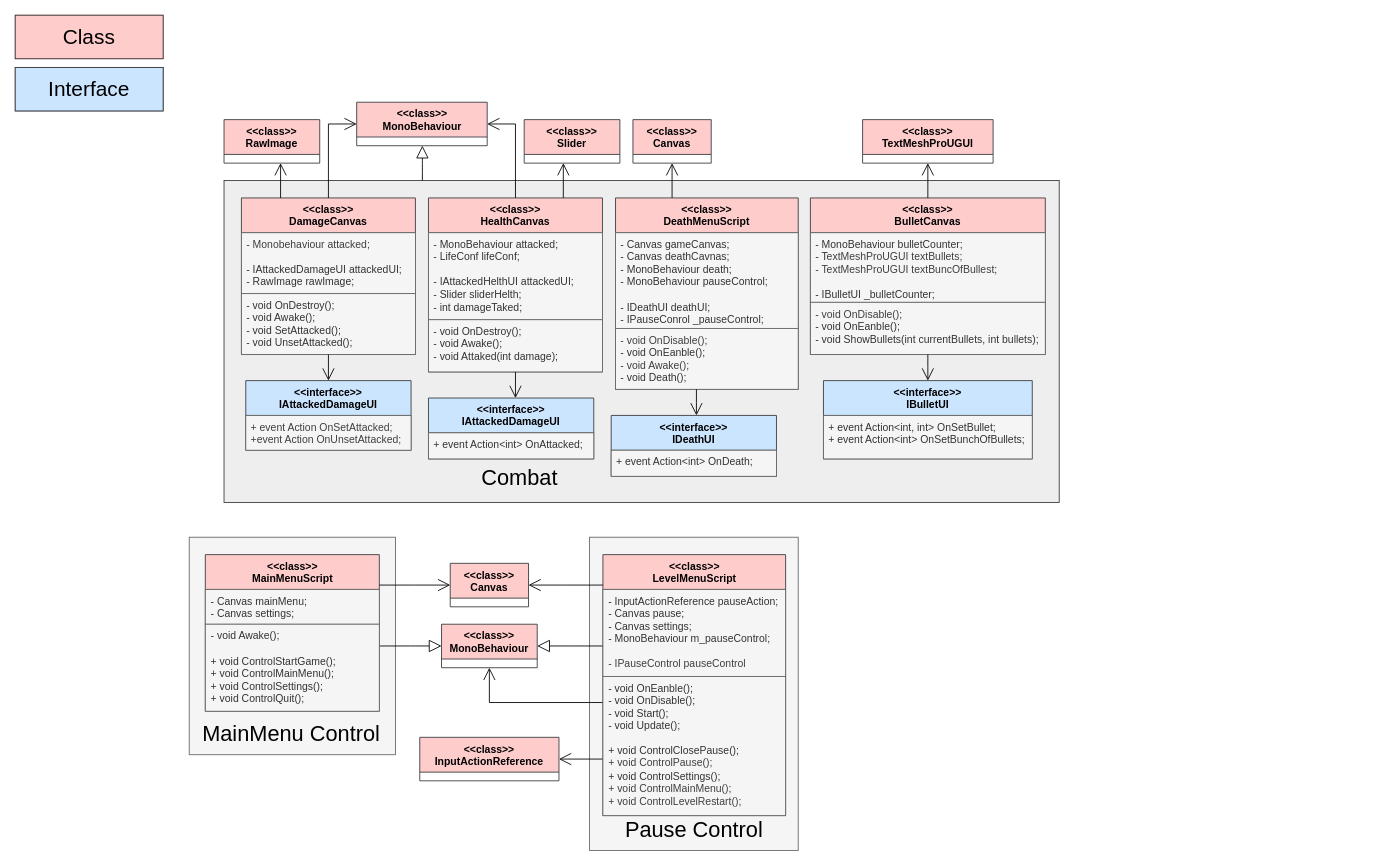
This is doc/Class_Diagram_UI.drawio from OGecgo/TheCatCult, a draw.io file, before an edit. Source tidied: cells renumbered, new cells numbered last; positions are measured from the earlier drawing's top-left corner, leaving out a move shared by most shapes. Both pictures are drawn from the tidied source at 87%, with x=0, y=0 at pixel (15, 15).
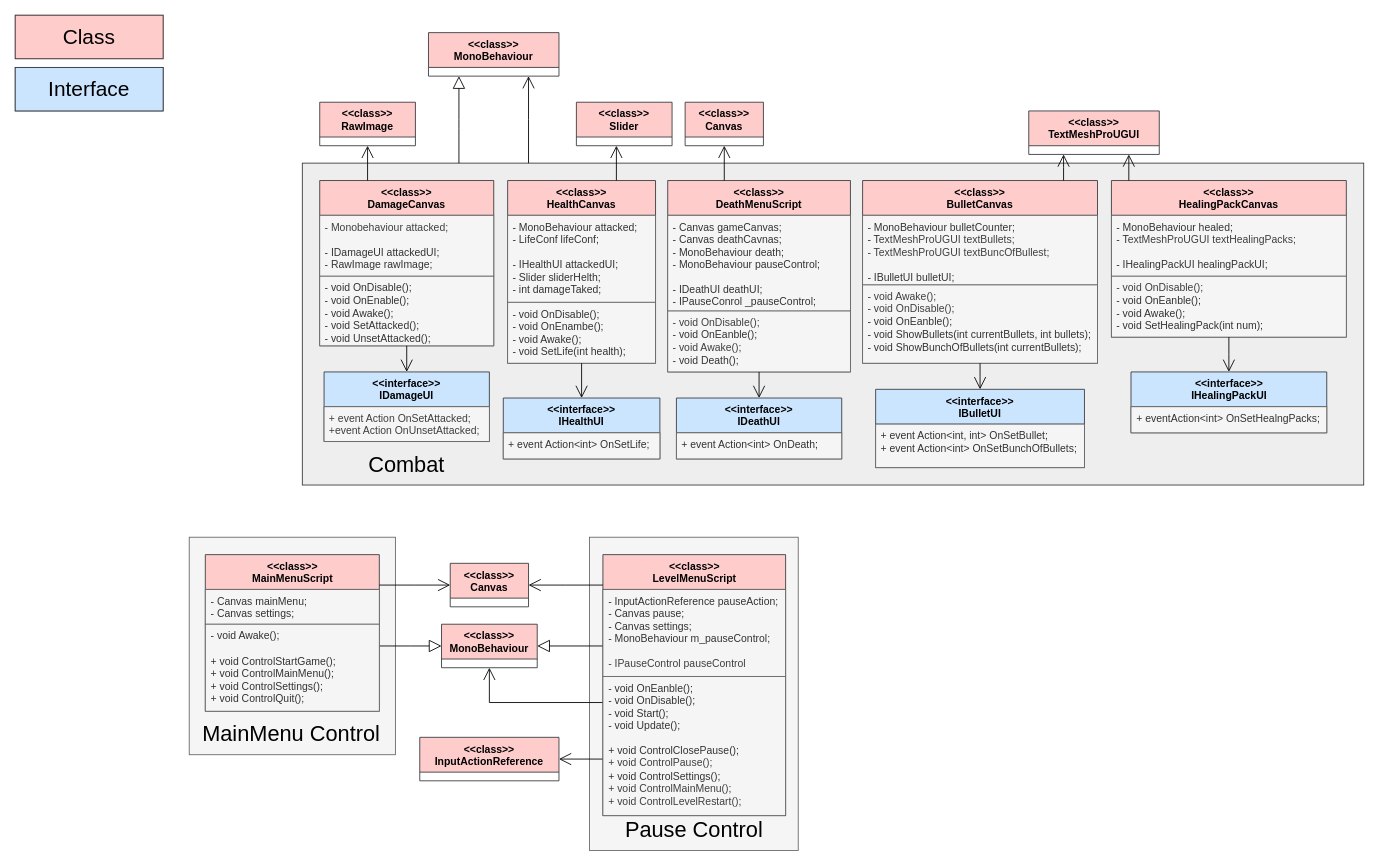
The same page after the edit.

The edit, as a diff of the source:
```diff
@@
     <mxCell id="2" style="rounded=0;whiteSpace=wrap;html=1;fillColor=#eeeeee;strokeColor=#36393d;" parent="1" vertex="1">
-      <mxGeometry x="240" y="190" width="960" height="370" as="geometry" />
+      <mxGeometry x="330" y="170" width="1220" height="370" as="geometry" />
     </mxCell>
@@
     <mxCell id="9" value="&lt;div&gt;&amp;lt;&amp;lt;class&amp;gt;&amp;gt;&lt;/div&gt;&lt;div&gt;DamageCanvas&lt;/div&gt;" style="swimlane;fontStyle=1;align=center;verticalAlign=top;horizontal=1;startSize=40;whiteSpace=wrap;html=1;fillColor=#ffcccc;strokeColor=#36393d;" parent="1" vertex="1">
-      <mxGeometry x="260" y="210" width="200" height="180" as="geometry" />
+      <mxGeometry x="350" y="190" width="200" height="190" as="geometry" />
     </mxCell>
-    <mxCell id="10" value="&lt;div&gt;&lt;div&gt;&lt;span style=&quot;background-color: transparent; color: rgb(63, 63, 63);&quot;&gt;- Monobehaviour attacked;&lt;/span&gt;&lt;/div&gt;&lt;/div&gt;&lt;div&gt;&lt;br&gt;&lt;/div&gt;&lt;div&gt;- IAttackedDamageUI attackedUI;&lt;/div&gt;&lt;div&gt;- RawImage rawImage;&lt;/div&gt;" style="text;align=left;verticalAlign=top;spacingLeft=4;spacingRight=4;overflow=hidden;whiteSpace=wrap;html=1;fillColor=#f5f5f5;fontColor=#333333;strokeColor=#666666;" parent="9" vertex="1">
+    <mxCell id="10" value="&lt;div&gt;&lt;div&gt;&lt;span style=&quot;background-color: transparent; color: rgb(63, 63, 63);&quot;&gt;- Monobehaviour attacked;&lt;/span&gt;&lt;/div&gt;&lt;/div&gt;&lt;div&gt;&lt;br&gt;&lt;/div&gt;&lt;div&gt;- IDamageUI attackedUI;&lt;/div&gt;&lt;div&gt;- RawImage rawImage;&lt;/div&gt;" style="text;align=left;verticalAlign=top;spacingLeft=4;spacingRight=4;overflow=hidden;whiteSpace=wrap;html=1;fillColor=#f5f5f5;fontColor=#333333;strokeColor=#666666;" parent="9" vertex="1">
       <mxGeometry y="40" width="200" height="70" as="geometry" />
     </mxCell>
-    <mxCell id="11" value="&lt;div&gt;&lt;div&gt;- void OnDestroy();&lt;/div&gt;&lt;/div&gt;&lt;div&gt;- void Awake();&lt;/div&gt;&lt;div&gt;- void SetAttacked();&lt;/div&gt;&lt;div&gt;- void UnsetAttacked();&lt;/div&gt;" style="text;align=left;verticalAlign=top;spacingLeft=4;spacingRight=4;overflow=hidden;whiteSpace=wrap;html=1;fillColor=#f5f5f5;fontColor=#333333;strokeColor=#666666;" parent="9" vertex="1">
-      <mxGeometry y="110" width="200" height="70" as="geometry" />
+    <mxCell id="11" value="&lt;div&gt;&lt;div&gt;- void OnDisable();&lt;/div&gt;&lt;/div&gt;&lt;div&gt;- void OnEnable();&lt;/div&gt;&lt;div&gt;- void Awake();&lt;/div&gt;&lt;div&gt;- void SetAttacked();&lt;/div&gt;&lt;div&gt;- void UnsetAttacked();&lt;/div&gt;" style="text;align=left;verticalAlign=top;spacingLeft=4;spacingRight=4;overflow=hidden;whiteSpace=wrap;html=1;fillColor=#f5f5f5;fontColor=#333333;strokeColor=#666666;" parent="9" vertex="1">
+      <mxGeometry y="110" width="200" height="80" as="geometry" />
     </mxCell>
     <mxCell id="12" value="&lt;div&gt;&amp;lt;&amp;lt;class&amp;gt;&amp;gt;&lt;/div&gt;&lt;div&gt;MonoBehaviour&lt;/div&gt;" style="swimlane;fontStyle=1;align=center;verticalAlign=top;horizontal=1;startSize=40;whiteSpace=wrap;html=1;fillColor=#ffcccc;strokeColor=#36393d;" parent="1" vertex="1">
-      <mxGeometry x="392.5" y="100" width="150" height="50" as="geometry" />
+      <mxGeometry x="475" y="20" width="150" height="50" as="geometry" />
     </mxCell>
-    <mxCell id="13" value="&lt;div&gt;&amp;lt;&amp;lt;interface&amp;gt;&amp;gt;&lt;/div&gt;&lt;div&gt;IAttackedDamageUI&lt;/div&gt;" style="swimlane;fontStyle=1;align=center;verticalAlign=top;horizontal=1;startSize=40;whiteSpace=wrap;html=1;fillColor=#cce5ff;strokeColor=#36393d;" parent="1" vertex="1">
-      <mxGeometry x="265" y="420" width="190" height="80" as="geometry" />
+    <mxCell id="13" value="&lt;div&gt;&amp;lt;&amp;lt;interface&amp;gt;&amp;gt;&lt;/div&gt;&lt;div&gt;IDamageUI&lt;/div&gt;" style="swimlane;fontStyle=1;align=center;verticalAlign=top;horizontal=1;startSize=40;whiteSpace=wrap;html=1;fillColor=#cce5ff;strokeColor=#36393d;" parent="1" vertex="1">
+      <mxGeometry x="355" y="410" width="190" height="80" as="geometry" />
     </mxCell>
@@
     <mxCell id="15" value="Combat" style="text;html=1;align=center;verticalAlign=middle;whiteSpace=wrap;rounded=0;fontSize=25;" parent="1" vertex="1">
-      <mxGeometry x="495" y="515" width="170" height="30" as="geometry" />
+      <mxGeometry x="365" y="500" width="170" height="30" as="geometry" />
     </mxCell>
     <mxCell id="16" value="&lt;div&gt;&amp;lt;&amp;lt;class&amp;gt;&amp;gt;&lt;/div&gt;&lt;div&gt;RawImage&lt;/div&gt;" style="swimlane;fontStyle=1;align=center;verticalAlign=top;horizontal=1;startSize=40;whiteSpace=wrap;html=1;fillColor=#ffcccc;strokeColor=#36393d;" parent="1" vertex="1">
-      <mxGeometry x="240" y="120" width="110" height="50" as="geometry" />
+      <mxGeometry x="350" y="100" width="110" height="50" as="geometry" />
     </mxCell>
     <mxCell id="17" style="edgeStyle=elbowEdgeStyle;html=1;endSize=12;endArrow=open;endFill=0;rounded=0;elbow=vertical;" parent="1" edge="1" source="9" target="13">
       <mxGeometry relative="1" as="geometry">
         <Array as="points">
-          <mxPoint x="360" y="430" />
+          <mxPoint x="420" y="410" />
         </Array>
       </mxGeometry>
     </mxCell>
@@
-    <mxCell id="19" style="html=1;endSize=12;endArrow=open;endFill=0;rounded=0;edgeStyle=elbowEdgeStyle;" parent="1" edge="1" source="9" target="12">
-      <mxGeometry relative="1" as="geometry">
-        <Array as="points">
-          <mxPoint x="360" y="220" />
-        </Array>
-      </mxGeometry>
-    </mxCell>
     <mxCell id="20" value="&lt;div&gt;&amp;lt;&amp;lt;class&amp;gt;&amp;gt;&lt;/div&gt;&lt;div&gt;HealthCanvas&lt;/div&gt;" style="swimlane;fontStyle=1;align=center;verticalAlign=top;horizontal=1;startSize=40;whiteSpace=wrap;html=1;fillColor=#ffcccc;strokeColor=#36393d;" parent="1" vertex="1">
-      <mxGeometry x="475" y="210" width="200" height="200" as="geometry" />
+      <mxGeometry x="566" y="190" width="170" height="210" as="geometry" />
     </mxCell>
-    <mxCell id="21" value="- MonoBehaviour attacked;&lt;div&gt;- LifeConf lifeConf;&lt;/div&gt;&lt;div&gt;&lt;br&gt;&lt;/div&gt;&lt;div&gt;&lt;div&gt;- IAttackedHelthUI attackedUI;&lt;/div&gt;&lt;div&gt;- Slider sliderHelth;&lt;/div&gt;&lt;div&gt;- int damageTaked;&lt;/div&gt;&lt;/div&gt;" style="text;align=left;verticalAlign=top;spacingLeft=4;spacingRight=4;overflow=hidden;whiteSpace=wrap;html=1;fillColor=#f5f5f5;fontColor=#333333;strokeColor=#666666;" parent="20" vertex="1">
-      <mxGeometry y="40" width="200" height="100" as="geometry" />
+    <mxCell id="21" value="- MonoBehaviour attacked;&lt;div&gt;- LifeConf lifeConf;&lt;/div&gt;&lt;div&gt;&lt;br&gt;&lt;/div&gt;&lt;div&gt;&lt;div&gt;- IHealthUI attackedUI;&lt;/div&gt;&lt;div&gt;- Slider sliderHelth;&lt;/div&gt;&lt;div&gt;- int damageTaked;&lt;/div&gt;&lt;/div&gt;" style="text;align=left;verticalAlign=top;spacingLeft=4;spacingRight=4;overflow=hidden;whiteSpace=wrap;html=1;fillColor=#f5f5f5;fontColor=#333333;strokeColor=#666666;" parent="20" vertex="1">
+      <mxGeometry y="40" width="170" height="100" as="geometry" />
     </mxCell>
-    <mxCell id="22" value="&lt;div&gt;&lt;div&gt;- void OnDestroy();&lt;/div&gt;&lt;/div&gt;&lt;div&gt;- void Awake();&lt;/div&gt;&lt;div&gt;- void Attaked(int damage);&lt;/div&gt;" style="text;align=left;verticalAlign=top;spacingLeft=4;spacingRight=4;overflow=hidden;whiteSpace=wrap;html=1;fillColor=#f5f5f5;fontColor=#333333;strokeColor=#666666;" parent="20" vertex="1">
-      <mxGeometry y="140" width="200" height="60" as="geometry" />
+    <mxCell id="22" value="&lt;div&gt;&lt;div&gt;- void OnDisable();&lt;/div&gt;&lt;div&gt;- void OnEnambe();&lt;/div&gt;&lt;/div&gt;&lt;div&gt;- void Awake();&lt;/div&gt;&lt;div&gt;- void SetLife(int health);&lt;/div&gt;" style="text;align=left;verticalAlign=top;spacingLeft=4;spacingRight=4;overflow=hidden;whiteSpace=wrap;html=1;fillColor=#f5f5f5;fontColor=#333333;strokeColor=#666666;" parent="20" vertex="1">
+      <mxGeometry y="140" width="170" height="70" as="geometry" />
     </mxCell>
-    <mxCell id="23" value="&lt;div&gt;&amp;lt;&amp;lt;interface&amp;gt;&amp;gt;&lt;/div&gt;&lt;div&gt;IAttackedDamageUI&lt;/div&gt;" style="swimlane;fontStyle=1;align=center;verticalAlign=top;horizontal=1;startSize=40;whiteSpace=wrap;html=1;fillColor=#cce5ff;strokeColor=#36393d;" parent="1" vertex="1">
-      <mxGeometry x="475" y="440" width="190" height="70" as="geometry" />
+    <mxCell id="23" value="&lt;div&gt;&amp;lt;&amp;lt;interface&amp;gt;&amp;gt;&lt;/div&gt;&lt;div&gt;IHealthUI&lt;/div&gt;" style="swimlane;fontStyle=1;align=center;verticalAlign=top;horizontal=1;startSize=40;whiteSpace=wrap;html=1;fillColor=#cce5ff;strokeColor=#36393d;" parent="1" vertex="1">
+      <mxGeometry x="561" y="440" width="180" height="70" as="geometry" />
     </mxCell>
-    <mxCell id="24" value="&lt;div&gt;&lt;div&gt;+ event Action&amp;lt;int&amp;gt; OnAttacked;&lt;/div&gt;&lt;/div&gt;" style="text;align=left;verticalAlign=top;spacingLeft=4;spacingRight=4;overflow=hidden;whiteSpace=wrap;html=1;fillColor=#f5f5f5;fontColor=#333333;strokeColor=#666666;" parent="23" vertex="1">
-      <mxGeometry y="40" width="190" height="30" as="geometry" />
+    <mxCell id="24" value="&lt;div&gt;&lt;div&gt;+ event Action&amp;lt;int&amp;gt; OnSetLife;&lt;/div&gt;&lt;/div&gt;" style="text;align=left;verticalAlign=top;spacingLeft=4;spacingRight=4;overflow=hidden;whiteSpace=wrap;html=1;fillColor=#f5f5f5;fontColor=#333333;strokeColor=#666666;" parent="23" vertex="1">
+      <mxGeometry y="40" width="180" height="30" as="geometry" />
     </mxCell>
     <mxCell id="25" style="edgeStyle=elbowEdgeStyle;html=1;endSize=12;endArrow=open;endFill=0;rounded=0;elbow=vertical;" parent="1" edge="1" source="20" target="23">
       <mxGeometry relative="1" as="geometry">
         <Array as="points">
-          <mxPoint x="565" y="390" />
+          <mxPoint x="625" y="370" />
         </Array>
       </mxGeometry>
     </mxCell>
     <mxCell id="26" style="edgeStyle=elbowEdgeStyle;html=1;endSize=12;endArrow=block;endFill=0;" parent="1" edge="1" source="2" target="12">
-      <mxGeometry relative="1" as="geometry" />
+      <mxGeometry relative="1" as="geometry">
+        <Array as="points">
+          <mxPoint x="510" y="120" />
+        </Array>
+      </mxGeometry>
     </mxCell>
     <mxCell id="27" value="&lt;div&gt;&amp;lt;&amp;lt;class&amp;gt;&amp;gt;&lt;/div&gt;&lt;div&gt;Slider&lt;/div&gt;" style="swimlane;fontStyle=1;align=center;verticalAlign=top;horizontal=1;startSize=40;whiteSpace=wrap;html=1;fillColor=#ffcccc;strokeColor=#36393d;" parent="1" vertex="1">
-      <mxGeometry x="585" y="120" width="110" height="50" as="geometry" />
+      <mxGeometry x="645" y="100" width="110" height="50" as="geometry" />
     </mxCell>
-    <mxCell id="28" style="html=1;endSize=12;endArrow=open;endFill=0;rounded=0;edgeStyle=elbowEdgeStyle;" parent="1" edge="1" source="20" target="12">
+    <mxCell id="28" style="html=1;endSize=12;endArrow=open;endFill=0;rounded=0;edgeStyle=elbowEdgeStyle;" parent="1" edge="1" source="2" target="12">
       <mxGeometry relative="1" as="geometry">
         <Array as="points">
-          <mxPoint x="575" y="180" />
+          <mxPoint x="590" y="120" />
         </Array>
       </mxGeometry>
     </mxCell>
@@
     <mxCell id="30" value="&lt;div&gt;&amp;lt;&amp;lt;class&amp;gt;&amp;gt;&lt;/div&gt;&lt;div&gt;DeathMenuScript&lt;/div&gt;" style="swimlane;fontStyle=1;align=center;verticalAlign=top;horizontal=1;startSize=40;whiteSpace=wrap;html=1;fillColor=#ffcccc;strokeColor=#36393d;" parent="1" vertex="1">
-      <mxGeometry x="690" y="210" width="210" height="220" as="geometry" />
+      <mxGeometry x="750" y="190" width="210" height="220" as="geometry" />
     </mxCell>
@@
     <mxCell id="33" value="&lt;div&gt;&amp;lt;&amp;lt;class&amp;gt;&amp;gt;&lt;/div&gt;&lt;div&gt;Canvas&lt;/div&gt;" style="swimlane;fontStyle=1;align=center;verticalAlign=top;horizontal=1;startSize=40;whiteSpace=wrap;html=1;fillColor=#ffcccc;strokeColor=#36393d;" parent="1" vertex="1">
-      <mxGeometry x="710" y="120" width="90" height="50" as="geometry" />
+      <mxGeometry x="770" y="100" width="90" height="50" as="geometry" />
     </mxCell>
@@
     <mxCell id="35" value="&lt;div&gt;&amp;lt;&amp;lt;interface&amp;gt;&amp;gt;&lt;/div&gt;&lt;div&gt;IDeathUI&lt;/div&gt;" style="swimlane;fontStyle=1;align=center;verticalAlign=top;horizontal=1;startSize=40;whiteSpace=wrap;html=1;fillColor=#cce5ff;strokeColor=#36393d;" parent="1" vertex="1">
-      <mxGeometry x="685" y="460" width="190" height="70" as="geometry" />
+      <mxGeometry x="760" y="440" width="190" height="70" as="geometry" />
     </mxCell>
@@
     <mxCell id="58" value="&lt;div&gt;&amp;lt;&amp;lt;class&amp;gt;&amp;gt;&lt;/div&gt;&lt;div&gt;BulletCanvas&lt;/div&gt;" style="swimlane;fontStyle=1;align=center;verticalAlign=top;horizontal=1;startSize=40;whiteSpace=wrap;html=1;fillColor=#ffcccc;strokeColor=#36393d;" parent="1" vertex="1">
-      <mxGeometry x="914" y="210" width="270" height="180" as="geometry" />
+      <mxGeometry x="974" y="190" width="270" height="210" as="geometry" />
     </mxCell>
-    <mxCell id="59" value="- MonoBehaviour bulletCounter;&lt;div&gt;- T&lt;span style=&quot;color: rgb(63, 63, 63); background-color: transparent;&quot;&gt;extMeshProUGUI textBullets;&lt;/span&gt;&lt;/div&gt;&lt;div&gt;&lt;span style=&quot;color: rgb(63, 63, 63); background-color: transparent;&quot;&gt;- T&lt;/span&gt;&lt;span style=&quot;color: rgb(63, 63, 63); background-color: transparent;&quot;&gt;extMeshProUGUI textBuncOfBullest;&lt;/span&gt;&lt;/div&gt;&lt;div&gt;&lt;br&gt;&lt;/div&gt;&lt;div&gt;- IBulletUI _bulletCounter;&lt;/div&gt;" style="text;align=left;verticalAlign=top;spacingLeft=4;spacingRight=4;overflow=hidden;whiteSpace=wrap;html=1;fillColor=#f5f5f5;fontColor=#333333;strokeColor=#666666;" parent="58" vertex="1">
+    <mxCell id="59" value="- MonoBehaviour bulletCounter;&lt;div&gt;- T&lt;span style=&quot;color: rgb(63, 63, 63); background-color: transparent;&quot;&gt;extMeshProUGUI textBullets;&lt;/span&gt;&lt;/div&gt;&lt;div&gt;&lt;span style=&quot;color: rgb(63, 63, 63); background-color: transparent;&quot;&gt;- T&lt;/span&gt;&lt;span style=&quot;color: rgb(63, 63, 63); background-color: transparent;&quot;&gt;extMeshProUGUI textBuncOfBullest;&lt;/span&gt;&lt;/div&gt;&lt;div&gt;&lt;br&gt;&lt;/div&gt;&lt;div&gt;- IBulletUI bulletUI;&lt;/div&gt;" style="text;align=left;verticalAlign=top;spacingLeft=4;spacingRight=4;overflow=hidden;whiteSpace=wrap;html=1;fillColor=#f5f5f5;fontColor=#333333;strokeColor=#666666;" parent="58" vertex="1">
       <mxGeometry y="40" width="270" height="80" as="geometry" />
     </mxCell>
-    <mxCell id="60" value="&lt;div style=&quot;color: rgb(63, 63, 63); scrollbar-color: rgb(226, 226, 226) rgb(251, 251, 251);&quot;&gt;- void OnDisable();&lt;/div&gt;- void OnEanble();&lt;div&gt;- void ShowBullets(int currentBullets, int bullets);&lt;/div&gt;" style="text;align=left;verticalAlign=top;spacingLeft=4;spacingRight=4;overflow=hidden;whiteSpace=wrap;html=1;fillColor=#f5f5f5;fontColor=#333333;strokeColor=#666666;" parent="58" vertex="1">
-      <mxGeometry y="120" width="270" height="60" as="geometry" />
+    <mxCell id="60" value="&lt;div style=&quot;color: rgb(63, 63, 63); scrollbar-color: rgb(226, 226, 226) rgb(251, 251, 251);&quot;&gt;- void Awake();&lt;/div&gt;&lt;div style=&quot;color: rgb(63, 63, 63); scrollbar-color: rgb(226, 226, 226) rgb(251, 251, 251);&quot;&gt;- void OnDisable();&lt;/div&gt;- void OnEanble();&lt;div&gt;- void ShowBullets(int currentBullets, int bullets);&lt;/div&gt;&lt;div&gt;- void ShowBunchOfBullets(int currentBullets);&lt;/div&gt;" style="text;align=left;verticalAlign=top;spacingLeft=4;spacingRight=4;overflow=hidden;whiteSpace=wrap;html=1;fillColor=#f5f5f5;fontColor=#333333;strokeColor=#666666;" parent="58" vertex="1">
+      <mxGeometry y="120" width="270" height="90" as="geometry" />
     </mxCell>
     <mxCell id="61" value="&lt;div&gt;&amp;lt;&amp;lt;class&amp;gt;&amp;gt;&lt;/div&gt;&lt;div&gt;TextMeshProUGUI&lt;/div&gt;" style="swimlane;fontStyle=1;align=center;verticalAlign=top;horizontal=1;startSize=40;whiteSpace=wrap;html=1;fillColor=#ffcccc;strokeColor=#36393d;" parent="1" vertex="1">
-      <mxGeometry x="974" y="120" width="150" height="50" as="geometry" />
+      <mxGeometry x="1165" y="110" width="150" height="50" as="geometry" />
     </mxCell>
@@
     <mxCell id="63" value="&lt;div&gt;&amp;lt;&amp;lt;interface&amp;gt;&amp;gt;&lt;/div&gt;&lt;div&gt;IBulletUI&lt;/div&gt;" style="swimlane;fontStyle=1;align=center;verticalAlign=top;horizontal=1;startSize=40;whiteSpace=wrap;html=1;fillColor=#cce5ff;strokeColor=#36393d;" parent="1" vertex="1">
-      <mxGeometry x="929" y="420" width="240" height="90" as="geometry" />
+      <mxGeometry x="989" y="430" width="240" height="90" as="geometry" />
     </mxCell>
@@
+    <mxCell id="66" value="&lt;div&gt;&amp;lt;&amp;lt;class&amp;gt;&amp;gt;&lt;/div&gt;&lt;div&gt;HealingPackCanvas&lt;/div&gt;" style="swimlane;fontStyle=1;align=center;verticalAlign=top;horizontal=1;startSize=40;whiteSpace=wrap;html=1;fillColor=#ffcccc;strokeColor=#36393d;" parent="1" vertex="1">
+      <mxGeometry x="1260" y="190" width="270" height="180" as="geometry" />
+    </mxCell>
+    <mxCell id="67" value="- MonoBehaviour healed;&lt;div&gt;- T&lt;span style=&quot;color: rgb(63, 63, 63); background-color: transparent;&quot;&gt;extMeshProUGUI textHealingPacks;&lt;/span&gt;&lt;/div&gt;&lt;div&gt;&lt;br&gt;&lt;/div&gt;&lt;div&gt;- IHealingPackUI healingPackUI;&lt;/div&gt;" style="text;align=left;verticalAlign=top;spacingLeft=4;spacingRight=4;overflow=hidden;whiteSpace=wrap;html=1;fillColor=#f5f5f5;fontColor=#333333;strokeColor=#666666;" parent="66" vertex="1">
+      <mxGeometry y="40" width="270" height="70" as="geometry" />
+    </mxCell>
+    <mxCell id="68" value="&lt;div style=&quot;color: rgb(63, 63, 63); scrollbar-color: rgb(226, 226, 226) rgb(251, 251, 251);&quot;&gt;- void OnDisable();&lt;/div&gt;- void OnEanble();&lt;div&gt;- void Awake();&lt;/div&gt;&lt;div&gt;- void SetHealingPack(int num);&lt;/div&gt;" style="text;align=left;verticalAlign=top;spacingLeft=4;spacingRight=4;overflow=hidden;whiteSpace=wrap;html=1;fillColor=#f5f5f5;fontColor=#333333;strokeColor=#666666;" parent="66" vertex="1">
+      <mxGeometry y="110" width="270" height="70" as="geometry" />
+    </mxCell>
+    <mxCell id="69" style="edgeStyle=elbowEdgeStyle;html=1;endSize=12;endArrow=open;endFill=0;rounded=0;" parent="1" edge="1" source="66" target="61">
+      <mxGeometry relative="1" as="geometry">
+        <Array as="points">
+          <mxPoint x="1280" y="170" />
+        </Array>
+      </mxGeometry>
+    </mxCell>
+    <mxCell id="70" value="&lt;div&gt;&amp;lt;&amp;lt;interface&amp;gt;&amp;gt;&lt;/div&gt;&lt;div&gt;IHealingPackUI&lt;/div&gt;" style="swimlane;fontStyle=1;align=center;verticalAlign=top;horizontal=1;startSize=40;whiteSpace=wrap;html=1;fillColor=#cce5ff;strokeColor=#36393d;" parent="1" vertex="1">
+      <mxGeometry x="1282.5" y="410" width="225" height="70" as="geometry" />
+    </mxCell>
+    <mxCell id="71" value="&lt;div&gt;&lt;div&gt;+ eventAction&amp;lt;int&amp;gt; OnSetHealngPacks;&lt;/div&gt;&lt;/div&gt;" style="text;align=left;verticalAlign=top;spacingLeft=4;spacingRight=4;overflow=hidden;whiteSpace=wrap;html=1;fillColor=#f5f5f5;fontColor=#333333;strokeColor=#666666;" parent="70" vertex="1">
+      <mxGeometry y="40" width="225" height="30" as="geometry" />
+    </mxCell>
+    <mxCell id="72" style="edgeStyle=elbowEdgeStyle;html=1;endSize=12;endArrow=open;endFill=0;rounded=0;" parent="1" edge="1" source="66" target="70">
+      <mxGeometry relative="1" as="geometry" />
+    </mxCell>
```
